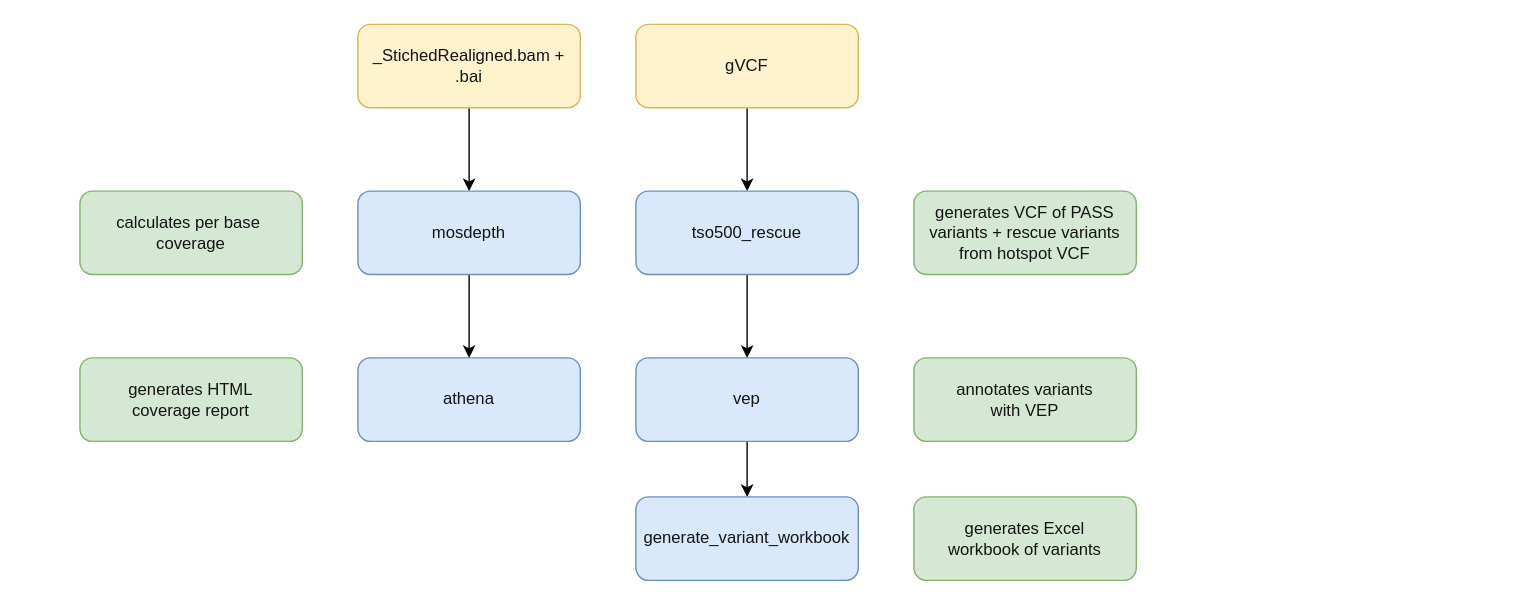
Earlier version of the draw.io diagram images/tso500_reports_workflow.drawio (eastgenomics/eggd_TSO500_reports_workflow). Source tidied: cells renumbered, new cells numbered last; positions are measured from the earlier drawing's top-left corner, leaving out a move shared by most shapes. Both pictures are drawn from the tidied source at 139%, with x=0, y=0 at pixel (79, 24).
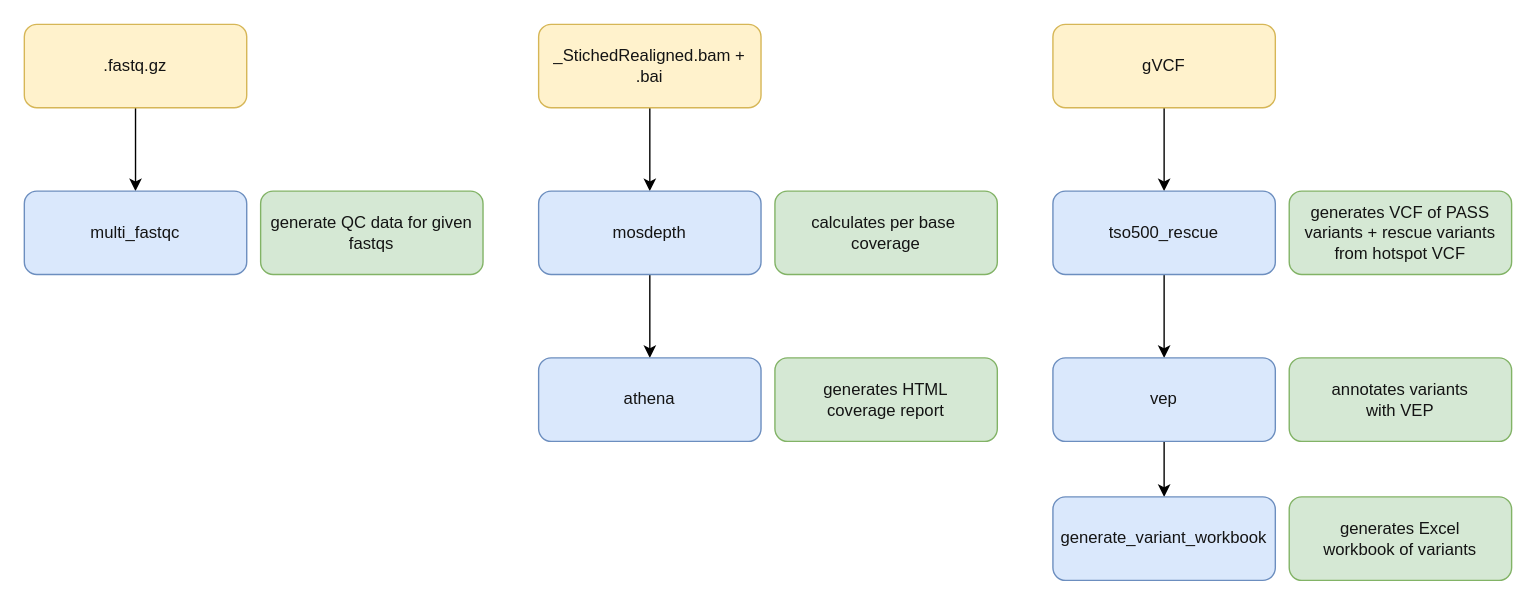
After the change.

Diff of the diagram source:
```diff
@@
     <mxCell id="3" value="_StichedRealigned.bam + .bai" style="rounded=1;whiteSpace=wrap;html=1;fillColor=#fff2cc;strokeColor=#d6b656;fontColor=#141414;" parent="1" vertex="1">
-      <mxGeometry x="200" width="160" height="60" as="geometry" />
+      <mxGeometry x="330" width="160" height="60" as="geometry" />
     </mxCell>
@@
     <mxCell id="5" value="gVCF" style="rounded=1;whiteSpace=wrap;html=1;fillColor=#fff2cc;strokeColor=#d6b656;fontColor=#141414;" parent="1" vertex="1">
-      <mxGeometry x="400" width="160" height="60" as="geometry" />
+      <mxGeometry x="700" width="160" height="60" as="geometry" />
     </mxCell>
@@
     <mxCell id="7" value="&lt;font color=&quot;#141414&quot;&gt;mosdepth&lt;/font&gt;" style="rounded=1;whiteSpace=wrap;html=1;fillColor=#dae8fc;strokeColor=#6c8ebf;" parent="1" vertex="1">
-      <mxGeometry x="200" y="120" width="160" height="60" as="geometry" />
+      <mxGeometry x="330" y="120" width="160" height="60" as="geometry" />
     </mxCell>
@@
     <mxCell id="9" value="&lt;font color=&quot;#141414&quot;&gt;tso500_rescue&lt;/font&gt;" style="rounded=1;whiteSpace=wrap;html=1;fillColor=#dae8fc;strokeColor=#6c8ebf;" parent="1" vertex="1">
-      <mxGeometry x="400" y="120" width="160" height="60" as="geometry" />
+      <mxGeometry x="700" y="120" width="160" height="60" as="geometry" />
     </mxCell>
     <mxCell id="10" value="&lt;font color=&quot;#141414&quot;&gt;athena&lt;/font&gt;" style="rounded=1;whiteSpace=wrap;html=1;fillColor=#dae8fc;strokeColor=#6c8ebf;" parent="1" vertex="1">
-      <mxGeometry x="200" y="240" width="160" height="60" as="geometry" />
+      <mxGeometry x="330" y="240" width="160" height="60" as="geometry" />
     </mxCell>
@@
     <mxCell id="12" value="&lt;font color=&quot;#141414&quot;&gt;vep&lt;/font&gt;" style="rounded=1;whiteSpace=wrap;html=1;fillColor=#dae8fc;strokeColor=#6c8ebf;" parent="1" vertex="1">
-      <mxGeometry x="400" y="240" width="160" height="60" as="geometry" />
+      <mxGeometry x="700" y="240" width="160" height="60" as="geometry" />
     </mxCell>
     <mxCell id="13" value="&lt;font color=&quot;#141414&quot;&gt;generate_variant_workbook&lt;/font&gt;" style="rounded=1;whiteSpace=wrap;html=1;fillColor=#dae8fc;strokeColor=#6c8ebf;" parent="1" vertex="1">
-      <mxGeometry x="400" y="340" width="160" height="60" as="geometry" />
+      <mxGeometry x="700" y="340" width="160" height="60" as="geometry" />
     </mxCell>
     <mxCell id="14" value="&lt;font color=&quot;#141414&quot;&gt;generates VCF of PASS variants + rescue variants from hotspot VCF&lt;/font&gt;" style="rounded=1;whiteSpace=wrap;html=1;fillColor=#d5e8d4;strokeColor=#82b366;" parent="1" vertex="1">
-      <mxGeometry x="600" y="120" width="160" height="60" as="geometry" />
+      <mxGeometry x="870" y="120" width="160" height="60" as="geometry" />
     </mxCell>
     <mxCell id="15" value="&lt;font color=&quot;#141414&quot;&gt;annotates variants&lt;br&gt;with VEP&lt;/font&gt;" style="rounded=1;whiteSpace=wrap;html=1;fillColor=#d5e8d4;strokeColor=#82b366;" parent="1" vertex="1">
-      <mxGeometry x="600" y="240" width="160" height="60" as="geometry" />
+      <mxGeometry x="870" y="240" width="160" height="60" as="geometry" />
     </mxCell>
     <mxCell id="16" value="&lt;font color=&quot;#141414&quot;&gt;generates Excel &lt;br&gt;workbook of variants&lt;/font&gt;" style="rounded=1;whiteSpace=wrap;html=1;fillColor=#d5e8d4;strokeColor=#82b366;" parent="1" vertex="1">
-      <mxGeometry x="600" y="340" width="160" height="60" as="geometry" />
+      <mxGeometry x="870" y="340" width="160" height="60" as="geometry" />
     </mxCell>
     <mxCell id="17" value="&lt;font color=&quot;#141414&quot;&gt;calculates per base&amp;nbsp;&lt;br&gt;coverage&lt;br&gt;&lt;/font&gt;" style="rounded=1;whiteSpace=wrap;html=1;fillColor=#d5e8d4;strokeColor=#82b366;" parent="1" vertex="1">
-      <mxGeometry y="120" width="160" height="60" as="geometry" />
+      <mxGeometry x="500" y="120" width="160" height="60" as="geometry" />
     </mxCell>
     <mxCell id="18" value="&lt;font color=&quot;#141414&quot;&gt;generates HTML&lt;br&gt;coverage report&lt;br&gt;&lt;/font&gt;" style="rounded=1;whiteSpace=wrap;html=1;fillColor=#d5e8d4;strokeColor=#82b366;" parent="1" vertex="1">
-      <mxGeometry y="240" width="160" height="60" as="geometry" />
+      <mxGeometry x="500" y="240" width="160" height="60" as="geometry" />
     </mxCell>
+    <mxCell id="19" style="edgeStyle=none;html=1;fontColor=#141414;" parent="1" edge="1" source="20" target="21">
+      <mxGeometry relative="1" as="geometry" />
+    </mxCell>
+    <mxCell id="20" value=".fastq.gz" style="rounded=1;whiteSpace=wrap;html=1;fillColor=#fff2cc;strokeColor=#d6b656;fontColor=#141414;" parent="1" vertex="1">
+      <mxGeometry x="-40" width="160" height="60" as="geometry" />
+    </mxCell>
+    <mxCell id="21" value="&lt;font color=&quot;#141414&quot;&gt;multi_fastqc&lt;/font&gt;" style="rounded=1;whiteSpace=wrap;html=1;fillColor=#dae8fc;strokeColor=#6c8ebf;" parent="1" vertex="1">
+      <mxGeometry x="-40" y="120" width="160" height="60" as="geometry" />
+    </mxCell>
+    <mxCell id="22" value="&lt;font color=&quot;#141414&quot;&gt;generate QC data for given fastqs&lt;/font&gt;" style="rounded=1;whiteSpace=wrap;html=1;fillColor=#d5e8d4;strokeColor=#82b366;" parent="1" vertex="1">
+      <mxGeometry x="130" y="120" width="160" height="60" as="geometry" />
+    </mxCell>
```
